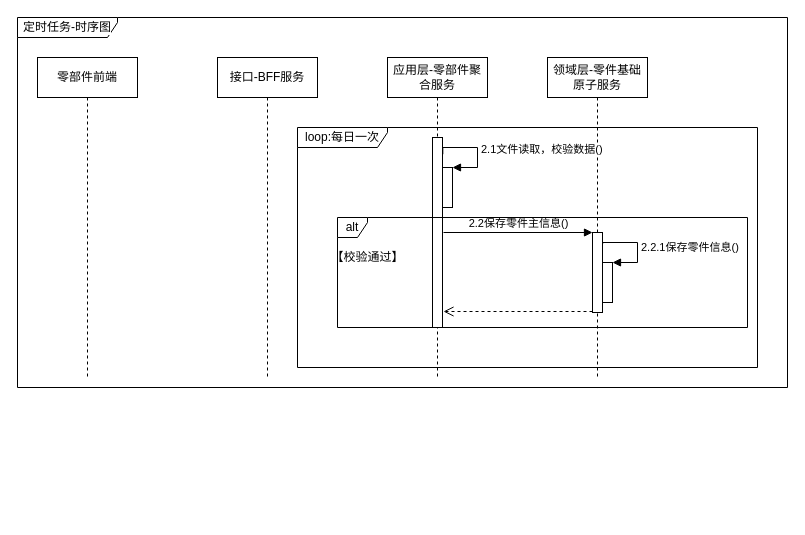
Before: page "定时任务-行为图" (2 of 4) of 零件主信息.drawio in 1132489442/gitRepository1, a draw.io diagram. Source tidied: cells renumbered, new cells numbered last; positions are measured from the earlier drawing's top-left corner, leaving out a move shared by most shapes. Both pictures are drawn from the tidied source at 100%, with x=0, y=0 at pixel (17, 17).
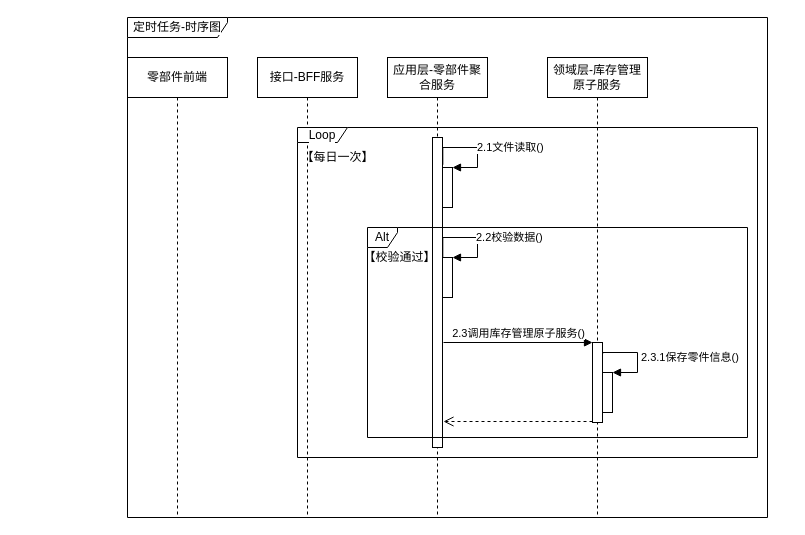
Above is the later version.

Commit message:
更新零件主信息.drawio

The change refers to these unchanged cells:
```xml
<mxCell id="8" style="html=1;points=[];perimeter=orthogonalPerimeter;labelBackgroundColor=#FFFFFF;fillColor=#FFFFFF;" parent="6" vertex="1">
  <mxGeometry x="55" y="110" width="10" height="40" as="geometry" />
</mxCell>
```

What changed in the source:
```diff
@@
-    <mxCell id="2" value="领域层-零件基础原子服务" style="shape=umlLifeline;perimeter=lifelinePerimeter;whiteSpace=wrap;html=1;labelBackgroundColor=#FFFFFF;fillColor=#FFFFFF;" parent="1" vertex="1">
-      <mxGeometry x="530" y="40" width="100" height="320" as="geometry" />
+    <mxCell id="2" value="领域层-库存管理原子服务" style="shape=umlLifeline;perimeter=lifelinePerimeter;whiteSpace=wrap;html=1;labelBackgroundColor=#FFFFFF;fillColor=#FFFFFF;" parent="1" vertex="1">
+      <mxGeometry x="530" y="40" width="100" height="460" as="geometry" />
     </mxCell>
     <mxCell id="3" style="html=1;points=[];perimeter=orthogonalPerimeter;labelBackgroundColor=#FFFFFF;fillColor=#FFFFFF;" parent="2" vertex="1">
-      <mxGeometry x="45" y="175" width="10" height="80" as="geometry" />
+      <mxGeometry x="45" y="285" width="10" height="80" as="geometry" />
     </mxCell>
     <mxCell id="4" style="html=1;points=[];perimeter=orthogonalPerimeter;labelBackgroundColor=#FFFFFF;fillColor=#FFFFFF;" parent="2" vertex="1">
-      <mxGeometry x="55" y="205" width="10" height="40" as="geometry" />
+      <mxGeometry x="55" y="315" width="10" height="40" as="geometry" />
     </mxCell>
-    <mxCell id="5" value="2.2.1保存零件信息()" style="edgeStyle=orthogonalEdgeStyle;html=1;align=left;spacingLeft=2;endArrow=block;rounded=0;entryX=1;entryY=0;exitX=1.018;exitY=0.143;exitDx=0;exitDy=0;exitPerimeter=0;" parent="2" edge="1" source="3" target="4">
+    <mxCell id="5" value="2.3.1保存零件信息()" style="edgeStyle=orthogonalEdgeStyle;html=1;align=left;spacingLeft=2;endArrow=block;rounded=0;entryX=1;entryY=0;exitX=1.018;exitY=0.143;exitDx=0;exitDy=0;exitPerimeter=0;" parent="2" edge="1" source="3" target="4">
       <mxGeometry relative="1" as="geometry">
         <Array as="points">
-          <mxPoint x="55" y="185" />
-          <mxPoint x="90" y="185" />
-          <mxPoint x="90" y="205" />
+          <mxPoint x="55" y="295" />
+          <mxPoint x="90" y="295" />
+          <mxPoint x="90" y="315" />
         </Array>
       </mxGeometry>
     </mxCell>
     <mxCell id="6" value="应用层-零部件聚合服务" style="shape=umlLifeline;perimeter=lifelinePerimeter;whiteSpace=wrap;html=1;labelBackgroundColor=#FFFFFF;fillColor=#FFFFFF;" parent="1" vertex="1">
-      <mxGeometry x="370" y="40" width="100" height="320" as="geometry" />
+      <mxGeometry x="370" y="40" width="100" height="460" as="geometry" />
     </mxCell>
     <mxCell id="7" style="html=1;points=[];perimeter=orthogonalPerimeter;labelBackgroundColor=#FFFFFF;fillColor=#FFFFFF;" parent="6" vertex="1">
-      <mxGeometry x="45" y="80" width="10" height="190" as="geometry" />
+      <mxGeometry x="45" y="80" width="10" height="310" as="geometry" />
     </mxCell>
@@
-    <mxCell id="9" value="2.1文件读取，校验数据()" style="edgeStyle=orthogonalEdgeStyle;html=1;align=left;spacingLeft=2;endArrow=block;rounded=0;entryX=1;entryY=0;exitX=1.033;exitY=0.088;exitDx=0;exitDy=0;exitPerimeter=0;" parent="6" edge="1" source="7" target="8">
+    <mxCell id="9" value="2.1文件读取()" style="edgeStyle=orthogonalEdgeStyle;html=1;align=left;spacingLeft=2;endArrow=block;rounded=0;entryX=1;entryY=0;exitX=1.033;exitY=0.088;exitDx=0;exitDy=0;exitPerimeter=0;" parent="6" edge="1" source="7" target="8">
       <mxGeometry relative="1" as="geometry">
         <Array as="points">
           <mxPoint x="90" y="90" />
           <mxPoint x="90" y="110" />
         </Array>
       </mxGeometry>
     </mxCell>
     <mxCell id="10" value="接口-BFF服务" style="shape=umlLifeline;perimeter=lifelinePerimeter;whiteSpace=wrap;html=1;labelBackgroundColor=#FFFFFF;fillColor=#FFFFFF;" parent="1" vertex="1">
-      <mxGeometry x="200" y="40" width="100" height="320" as="geometry" />
+      <mxGeometry x="240" y="40" width="100" height="460" as="geometry" />
     </mxCell>
     <mxCell id="11" value="零部件前端" style="shape=umlLifeline;perimeter=lifelinePerimeter;whiteSpace=wrap;html=1;labelBackgroundColor=#FFFFFF;fillColor=#FFFFFF;" parent="1" vertex="1">
-      <mxGeometry x="20" y="40" width="100" height="320" as="geometry" />
+      <mxGeometry x="110" y="40" width="100" height="460" as="geometry" />
     </mxCell>
-    <mxCell id="12" value="2.2保存零件主信息()" style="html=1;verticalAlign=bottom;endArrow=block;entryX=0;entryY=0;rounded=0;" parent="1" edge="1" target="3">
+    <mxCell id="12" value="2.3调用库存管理原子服务()" style="html=1;verticalAlign=bottom;endArrow=block;entryX=0;entryY=0;rounded=0;" parent="1" edge="1" target="3">
       <mxGeometry relative="1" as="geometry">
-        <mxPoint x="426" y="215" as="sourcePoint" />
+        <mxPoint x="426" y="325" as="sourcePoint" />
       </mxGeometry>
     </mxCell>
     <mxCell id="13" style="html=1;verticalAlign=bottom;endArrow=open;dashed=1;endSize=8;exitX=0;exitY=0.95;rounded=0;" parent="1" edge="1">
       <mxGeometry relative="1" as="geometry">
-        <mxPoint x="575" y="294" as="sourcePoint" />
-        <mxPoint x="426" y="294" as="targetPoint" />
+        <mxPoint x="575" y="404" as="sourcePoint" />
+        <mxPoint x="426" y="404" as="targetPoint" />
       </mxGeometry>
     </mxCell>
-    <mxCell id="14" value="loop:每日一次" style="shape=umlFrame;whiteSpace=wrap;html=1;labelBackgroundColor=#FFFFFF;fillColor=#FFFFFF;width=90;height=20;" parent="1" vertex="1">
-      <mxGeometry x="280" y="110" width="460" height="240" as="geometry" />
-    </mxCell>
-    <mxCell id="15" value="定时任务-时序图" style="shape=umlFrame;whiteSpace=wrap;html=1;labelBackgroundColor=#FFFFFF;fillColor=#FFFFFF;width=100;height=20;" parent="1" vertex="1">
-      <mxGeometry width="770" height="370" as="geometry" />
-    </mxCell>
-    <mxCell id="16" value="alt" style="shape=umlFrame;whiteSpace=wrap;html=1;width=30;height=20;" parent="1" vertex="1">
-      <mxGeometry x="320" y="200" width="410" height="110" as="geometry" />
+    <mxCell id="16" value="Alt" style="shape=umlFrame;whiteSpace=wrap;html=1;width=30;height=20;" parent="1" vertex="1">
+      <mxGeometry x="350" y="210" width="380" height="210" as="geometry" />
     </mxCell>
     <mxCell id="17" value="【校验通过】" style="text;html=1;align=center;verticalAlign=middle;strokeColor=none;fillColor=none;" parent="1" vertex="1">
-      <mxGeometry x="305" y="230" width="90" height="20" as="geometry" />
+      <mxGeometry x="337" y="230" width="90" height="20" as="geometry" />
     </mxCell>
+    <mxCell id="18" style="html=1;points=[];perimeter=orthogonalPerimeter;labelBackgroundColor=#FFFFFF;fillColor=#FFFFFF;" parent="1" vertex="1">
+      <mxGeometry x="425" y="240" width="10" height="40" as="geometry" />
+    </mxCell>
+    <mxCell id="19" value="2.2校验数据()" style="edgeStyle=orthogonalEdgeStyle;html=1;align=left;spacingLeft=2;endArrow=block;rounded=0;entryX=1;entryY=0;exitX=1.033;exitY=0.088;exitDx=0;exitDy=0;exitPerimeter=0;" parent="1" edge="1" target="18">
+      <mxGeometry relative="1" as="geometry">
+        <mxPoint x="425.3" y="239.9" as="sourcePoint" />
+        <Array as="points">
+          <mxPoint x="460" y="220" />
+          <mxPoint x="460" y="240" />
+        </Array>
+      </mxGeometry>
+    </mxCell>
+    <mxCell id="20" value="Loop" style="shape=umlFrame;whiteSpace=wrap;html=1;labelBackgroundColor=#FFFFFF;fillColor=#FFFFFF;width=50;height=15;" parent="1" vertex="1">
+      <mxGeometry x="280" y="110" width="460" height="330" as="geometry" />
+    </mxCell>
+    <mxCell id="21" value="【每日一次】" style="text;html=1;align=center;verticalAlign=middle;strokeColor=none;fillColor=none;" parent="1" vertex="1">
+      <mxGeometry x="275" y="130" width="90" height="20" as="geometry" />
+    </mxCell>
+    <mxCell id="15" value="定时任务-时序图" style="shape=umlFrame;whiteSpace=wrap;html=1;labelBackgroundColor=#FFFFFF;fillColor=#FFFFFF;width=100;height=20;" parent="1" vertex="1">
+      <mxGeometry x="110" width="640" height="500" as="geometry" />
+    </mxCell>
```
